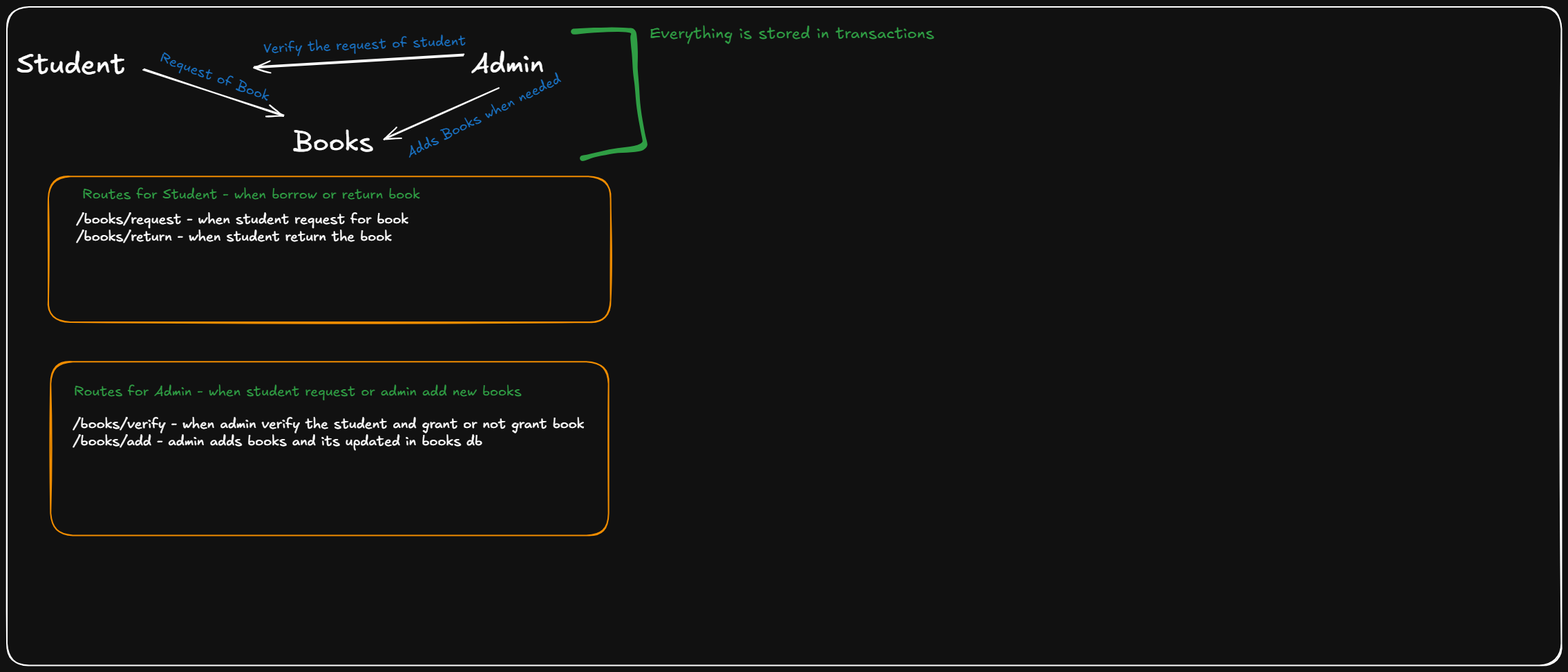
Above: Backend/.excalidraw.png in theprajwaldongare/BookFlow (Excalidraw), before the change. Source tidied: one line per element, renumbered; positions are measured from the earlier drawing's top-left corner, leaving out a move shared by most shapes.
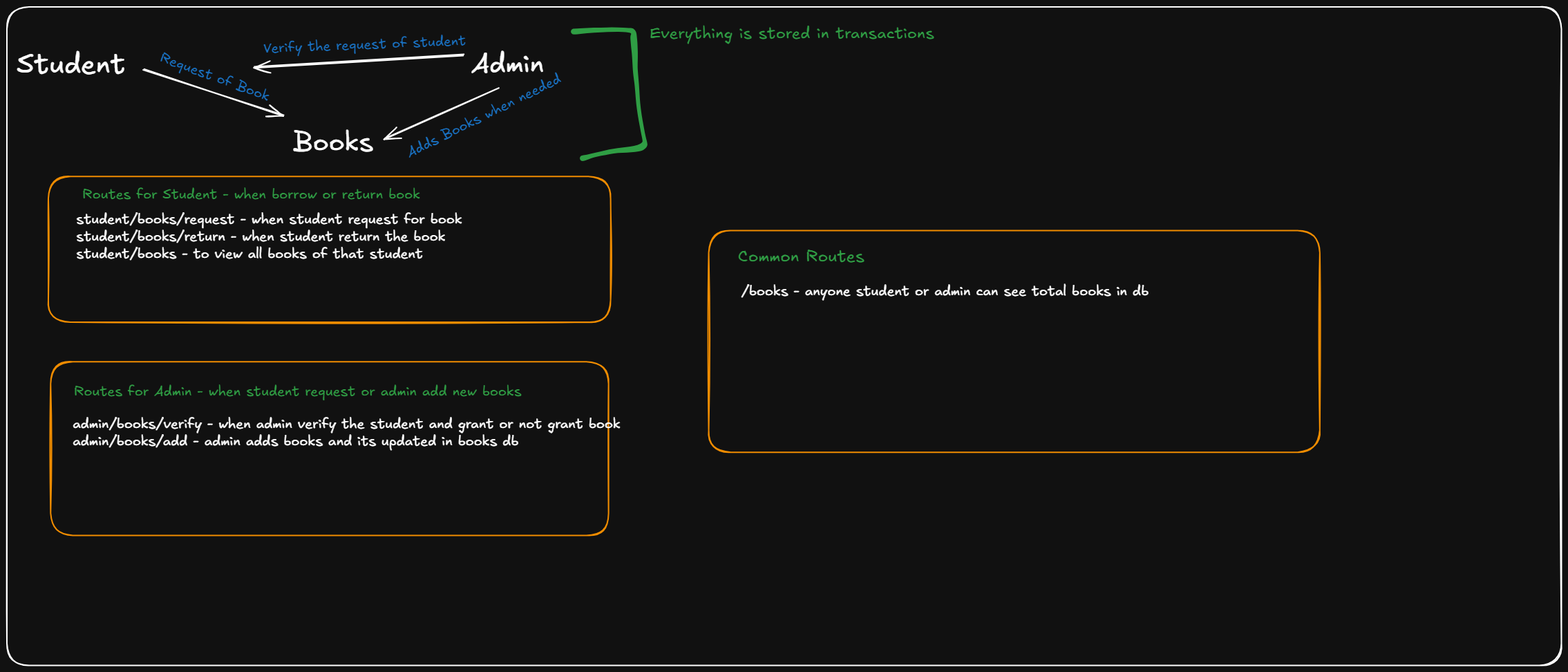
After the commit.

Commit message:
Added some books routes

Diff of the diagram source:
```diff
@@ -7,7 +7,7 @@
 {"id": 6, "type": "arrow", "strokeColor": "#ffffff", "strokeWidth": 2, "roughness": 1, "endArrowhead": "arrow", "round": true, "from": 3, "x": 661, "y": 70, "width": 303, "height": 17, "points": [[0, 0], [-303, 17]]}
 {"id": 7, "type": "text", "text": "Verify the request of student", "strokeColor": "#1971c2", "angle": 6.24, "strokeWidth": 2, "roughness": 1, "fontSize": 20, "fontFamily": 5, "x": 371, "y": 43, "width": 293, "height": 25}
 {"id": 8, "type": "rectangle", "strokeColor": "#f08c00", "strokeWidth": 2, "roughness": 1, "round": true, "x": 60, "y": 245, "width": 814, "height": 211}
-{"id": 9, "type": "text", "text": "/books/request - when student request for book\n/books/return - when student return the book\n", "strokeColor": "#ffffff", "strokeWidth": 2, "roughness": 1, "fontSize": 20, "fontFamily": 5, "x": 100, "y": 296, "width": 481, "height": 75}
+{"id": 9, "type": "text", "text": "student/books/request - when student request for book\nstudent/books/return - when student return the book\nstudent/books - to view all books of that student\n", "strokeColor": "#ffffff", "strokeWidth": 2, "roughness": 1, "fontSize": 20, "fontFamily": 5, "x": 100, "y": 296, "width": 558, "height": 100}
 {"id": 10, "type": "arrow", "strokeColor": "#ffffff", "strokeWidth": 2, "roughness": 1, "endArrowhead": "arrow", "round": true, "from": 3, "x": 711, "y": 117, "width": 164, "height": 74, "points": [[0, 0], [-164, 74]]}
 {"id": 11, "type": "text", "text": "Adds Books when needed", "strokeColor": "#1971c2", "angle": 5.82, "strokeWidth": 2, "roughness": 1, "fontSize": 20, "fontFamily": 5, "x": 567, "y": 146, "width": 247, "height": 25}
 {"id": 12, "type": "freedraw", "strokeColor": "#2f9e44", "strokeWidth": 2, "roughness": 1, "x": 820, "y": 36, "width": 103, "height": 187, "points": [[0, 0], [33, -2], [55, -3], [71, -3], [82, -2], [85, -2], [86, -2], [86, -1], [86, 0], [86, 2], [86, 6], [86, 8], [86, 13], [88, 22], [88, 29], [89, 37], [89, 52], [89, 58], [90, 65], [91, 78], [92, 86], [93, 100], [94, 112], [97, 133], [100, 147], [102, 156], [103, 162], [103, 163], [103, 164], [103, 165], [103, 166], [101, 167], [96, 169], [90, 170], [74, 172], [61, 172], [48, 174], [36, 177], [23, 180], [20, 181], [16, 183], [13, 183], [12, 183], [12, 183]]}
@@ -15,4 +15,7 @@
 {"id": 14, "type": "text", "text": "Routes for Student - when borrow or return book ", "strokeColor": "#2f9e44", "strokeWidth": 2, "roughness": 1, "fontSize": 20, "fontFamily": 5, "x": 109, "y": 259, "width": 497, "height": 25}
 {"id": 15, "type": "rectangle", "strokeColor": "#f08c00", "strokeWidth": 2, "roughness": 1, "round": true, "x": 63, "y": 513, "width": 807, "height": 251}
 {"id": 16, "type": "text", "text": "Routes for Admin - when student request or admin add new books", "strokeColor": "#2f9e44", "strokeWidth": 2, "roughness": 1, "fontSize": 20, "fontFamily": 5, "x": 97, "y": 544, "width": 648, "height": 25}
-{"id": 17, "type": "text", "text": "/books/verify - when admin verify the student and grant or not grant book\n/books/add - admin adds books and its updated in books db", "strokeColor": "#ffffff", "strokeWidth": 2, "roughness": 1, "fontSize": 20, "fontFamily": 5, "x": 95, "y": 591, "width": 740, "height": 50}
+{"id": 17, "type": "text", "text": "admin/books/verify - when admin verify the student and grant or not grant book\nadmin/books/add - admin adds books and its updated in books db", "strokeColor": "#ffffff", "strokeWidth": 2, "roughness": 1, "fontSize": 20, "fontFamily": 5, "x": 95, "y": 591, "width": 792, "height": 50}
+{"id": 18, "type": "rectangle", "strokeColor": "#f08c00", "strokeWidth": 2, "roughness": 1, "round": true, "x": 1016, "y": 323, "width": 884, "height": 321}
+{"id": 19, "type": "text", "text": "Common Routes", "strokeColor": "#2f9e44", "strokeWidth": 2, "roughness": 1, "fontSize": 24.08, "fontFamily": 5, "x": 1058, "y": 347, "width": 183, "height": 30}
+{"id": 20, "type": "text", "text": "/books - anyone student or admin can see total books in db", "strokeColor": "#ffffff", "strokeWidth": 2, "roughness": 1, "fontSize": 20, "fontFamily": 5, "x": 1063, "y": 400, "width": 590, "height": 25}
```
